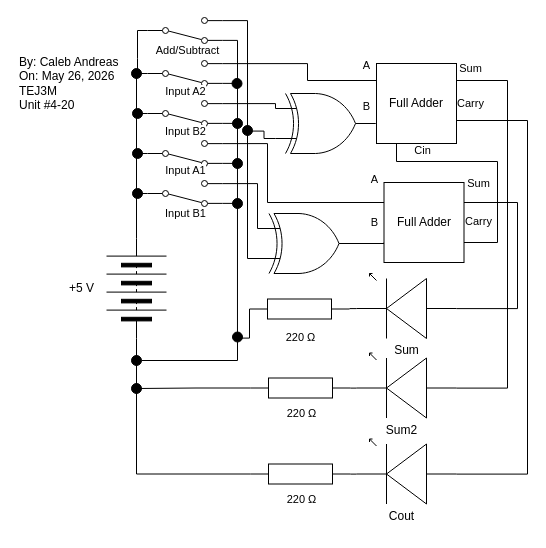
This is Unit-4-Lesson-20/2_bit_full_adder_subractor_with_chips_diagram.drawio from Caleb-Andreas/TEJ3M-Unit-4, a draw.io file, before an edit. Source tidied: cells renumbered, new cells numbered last; positions are measured from the earlier drawing's top-left corner, leaving out a move shared by most shapes. Both pictures are drawn from the tidied source at 100%, with x=0, y=0 at pixel (17, 17).
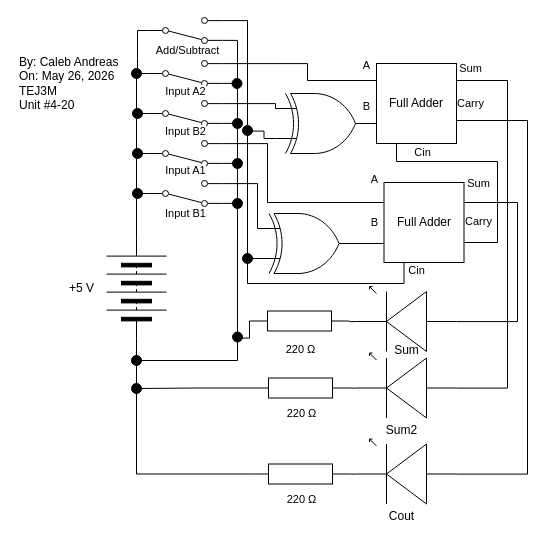
Above is the later version.

The change refers to these unchanged cells:
```xml
<mxCell id="42" value="Full Adder" style="whiteSpace=wrap;html=1;" parent="1" vertex="1">
  <mxGeometry x="366.5" y="165" width="80" height="80" as="geometry" />
</mxCell>
<mxCell id="66" style="verticalLabelPosition=bottom;shadow=0;dashed=0;align=center;html=1;verticalAlign=top;shape=mxgraph.electrical.logic_gates.logic_gate;operation=xor;" parent="1" vertex="1">
  <mxGeometry x="241.5" y="196" width="100" height="60" as="geometry" />
</mxCell>
<mxCell id="72" style="html=1;shape=mxgraph.electrical.electro-mechanical.twoWaySwitch;elSwitchState=2;flipV=1;flipH=0;" parent="1" vertex="1">
  <mxGeometry x="130" width="75" height="26" as="geometry" />
</mxCell>
```

Change to the diagram source:
```diff
@@
     <mxCell id="6" style="verticalLabelPosition=bottom;shadow=0;dashed=0;align=center;html=1;verticalAlign=top;shape=mxgraph.electrical.opto_electronics.led_1;rotation=0;flipH=1;" parent="1" vertex="1">
-      <mxGeometry x="339" y="256" width="100" height="65" as="geometry" />
+      <mxGeometry x="339" y="269" width="100" height="65" as="geometry" />
     </mxCell>
@@
     <mxCell id="12" style="verticalLabelPosition=bottom;shadow=0;dashed=0;align=center;html=1;verticalAlign=top;shape=mxgraph.electrical.resistors.resistor_1;rotation=0;flipH=1;" parent="1" vertex="1">
-      <mxGeometry x="232" y="281.5" width="100" height="20" as="geometry" />
+      <mxGeometry x="232" y="293.5" width="100" height="20" as="geometry" />
     </mxCell>
     <mxCell id="13" value="220&amp;nbsp;Ω" style="text;html=1;align=center;verticalAlign=middle;strokeColor=none;fillColor=none;fontFamily=Helvetica;fontSize=11;fontColor=default;labelBackgroundColor=default;flipH=1;" parent="1" vertex="1">
-      <mxGeometry x="258" y="304.5" width="50" height="30" as="geometry" />
+      <mxGeometry x="258" y="316.5" width="50" height="30" as="geometry" />
     </mxCell>
@@
     <mxCell id="38" value="Cin" style="text;html=1;align=center;verticalAlign=middle;strokeColor=none;fillColor=none;fontFamily=Helvetica;fontSize=11;fontColor=default;labelBackgroundColor=default;" parent="1" vertex="1">
-      <mxGeometry x="385" y="118" width="40" height="30" as="geometry" />
+      <mxGeometry x="385" y="120" width="40" height="30" as="geometry" />
     </mxCell>
     <mxCell id="39" style="edgeStyle=orthogonalEdgeStyle;shape=connector;curved=0;rounded=0;html=1;exitX=1;exitY=0.25;exitDx=0;exitDy=0;strokeColor=default;align=center;verticalAlign=middle;fontFamily=Helvetica;fontSize=11;fontColor=default;labelBackgroundColor=default;endArrow=none;endFill=0;entryX=0;entryY=0.54;entryDx=0;entryDy=0;entryPerimeter=0;" parent="1" edge="1" source="42" target="6">
       <mxGeometry relative="1" as="geometry">
         <Array as="points">
           <mxPoint x="500" y="185" />
-          <mxPoint x="500" y="291" />
+          <mxPoint x="500" y="304" />
         </Array>
       </mxGeometry>
     </mxCell>
@@
+    <mxCell id="81" style="edgeStyle=orthogonalEdgeStyle;shape=connector;curved=0;rounded=0;html=1;exitX=0;exitY=0.75;exitDx=0;exitDy=0;exitPerimeter=0;strokeColor=default;align=center;verticalAlign=middle;fontFamily=Helvetica;fontSize=11;fontColor=default;labelBackgroundColor=default;endArrow=none;endFill=0;" parent="1" edge="1" source="66">
+      <mxGeometry relative="1" as="geometry">
+        <mxPoint x="230" y="240.9" as="targetPoint" />
+      </mxGeometry>
+    </mxCell>
@@
-    <mxCell id="76" style="edgeStyle=orthogonalEdgeStyle;shape=connector;curved=0;rounded=0;html=1;exitX=1;exitY=0.12;exitDx=0;exitDy=0;entryX=0;entryY=0.75;entryDx=0;entryDy=0;entryPerimeter=0;strokeColor=default;align=center;verticalAlign=middle;fontFamily=Helvetica;fontSize=11;fontColor=default;labelBackgroundColor=default;endArrow=none;endFill=0;" parent="1" edge="1" source="72" target="66">
+    <mxCell id="76" style="edgeStyle=orthogonalEdgeStyle;shape=connector;curved=0;rounded=0;html=1;exitX=1;exitY=0.12;exitDx=0;exitDy=0;entryX=0.25;entryY=1;entryDx=0;entryDy=0;strokeColor=default;align=center;verticalAlign=middle;fontFamily=Helvetica;fontSize=11;fontColor=default;labelBackgroundColor=default;endArrow=none;endFill=0;" parent="1" edge="1" source="72" target="42">
       <mxGeometry relative="1" as="geometry">
         <Array as="points">
           <mxPoint x="230" y="3" />
-          <mxPoint x="230" y="241" />
+          <mxPoint x="230" y="266" />
+          <mxPoint x="386" y="266" />
         </Array>
       </mxGeometry>
     </mxCell>
@@
+    <mxCell id="82" value="Cin" style="text;html=1;align=center;verticalAlign=middle;strokeColor=none;fillColor=none;fontFamily=Helvetica;fontSize=11;fontColor=default;labelBackgroundColor=default;" parent="1" vertex="1">
+      <mxGeometry x="379" y="238" width="40" height="30" as="geometry" />
+    </mxCell>
+    <mxCell id="83" style="ellipse;whiteSpace=wrap;html=1;fontFamily=Helvetica;fontSize=11;fontColor=default;labelBackgroundColor=default;strokeColor=#000000;fillColor=#000000;" parent="1" vertex="1">
+      <mxGeometry x="225" y="236" width="10" height="10" as="geometry" />
+    </mxCell>
```
